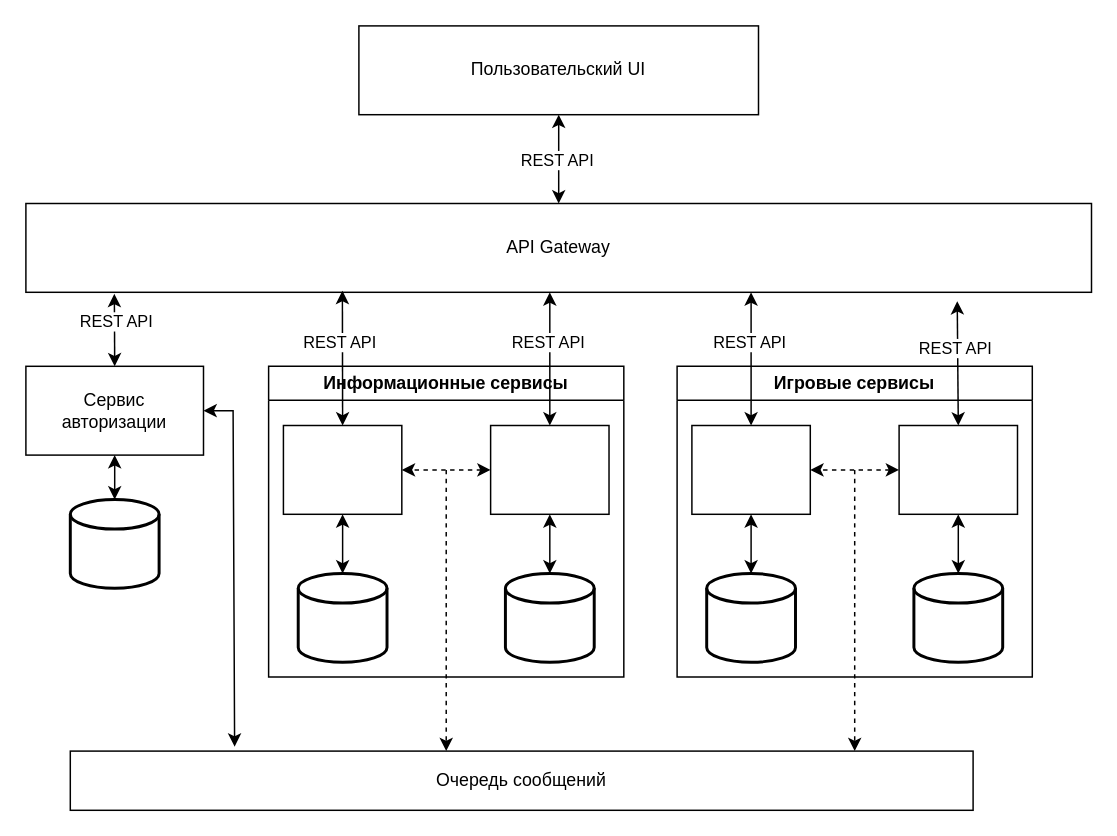
ms-pavlov/2022-11-otus-architecture_Pavlov keeps this draw.io diagram as hw10/Диаграмма без названия.drawio. Above is the earlier version. Source tidied: cells renumbered, new cells numbered last; positions are measured from the earlier drawing's top-left corner, leaving out a move shared by most shapes. Both pictures are drawn from the tidied source at 148%, with x=0, y=0 at pixel (25, 25).
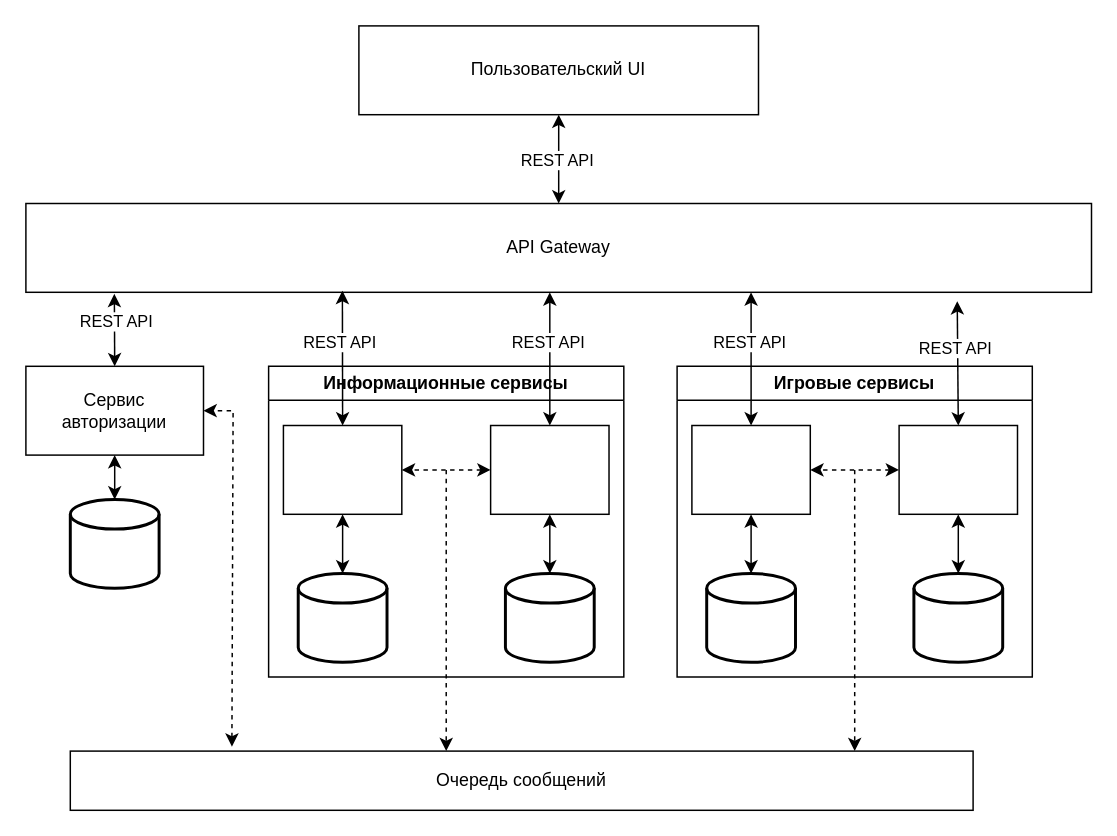
After the change.

Commit message:
Разработать микросервисную архитектуру для игры Танки

The change refers to these unchanged cells:
```xml
<mxCell id="6" value="&lt;div&gt;Сервис&lt;/div&gt;&lt;div&gt;авторизации&lt;/div&gt;" style="rounded=0;whiteSpace=wrap;html=1;" parent="1" vertex="1">
  <mxGeometry y="230" width="120" height="60" as="geometry" />
</mxCell>
<mxCell id="36" value="Очередь сообщений" style="rounded=0;whiteSpace=wrap;html=1;" parent="1" vertex="1">
  <mxGeometry x="30" y="490" width="610" height="40" as="geometry" />
</mxCell>
```

Diff of the diagram source:
```diff
@@
-    <mxCell id="38" style="endArrow=classic;startArrow=classic;html=1;rounded=0;entryX=1;entryY=0.5;entryDx=0;entryDy=0;exitX=0.182;exitY=-0.075;exitDx=0;exitDy=0;exitPerimeter=0;" parent="1" edge="1" source="36" target="6">
+    <mxCell id="38" style="endArrow=classic;startArrow=classic;html=1;rounded=0;entryX=1;entryY=0.5;entryDx=0;entryDy=0;dashed=1;exitX=0.179;exitY=-0.075;exitDx=0;exitDy=0;exitPerimeter=0;" parent="1" edge="1" source="36" target="6">
       <mxGeometry relative="1" as="geometry">
         <Array as="points">
           <mxPoint x="140" y="260" />
         </Array>
       </mxGeometry>
     </mxCell>
```
